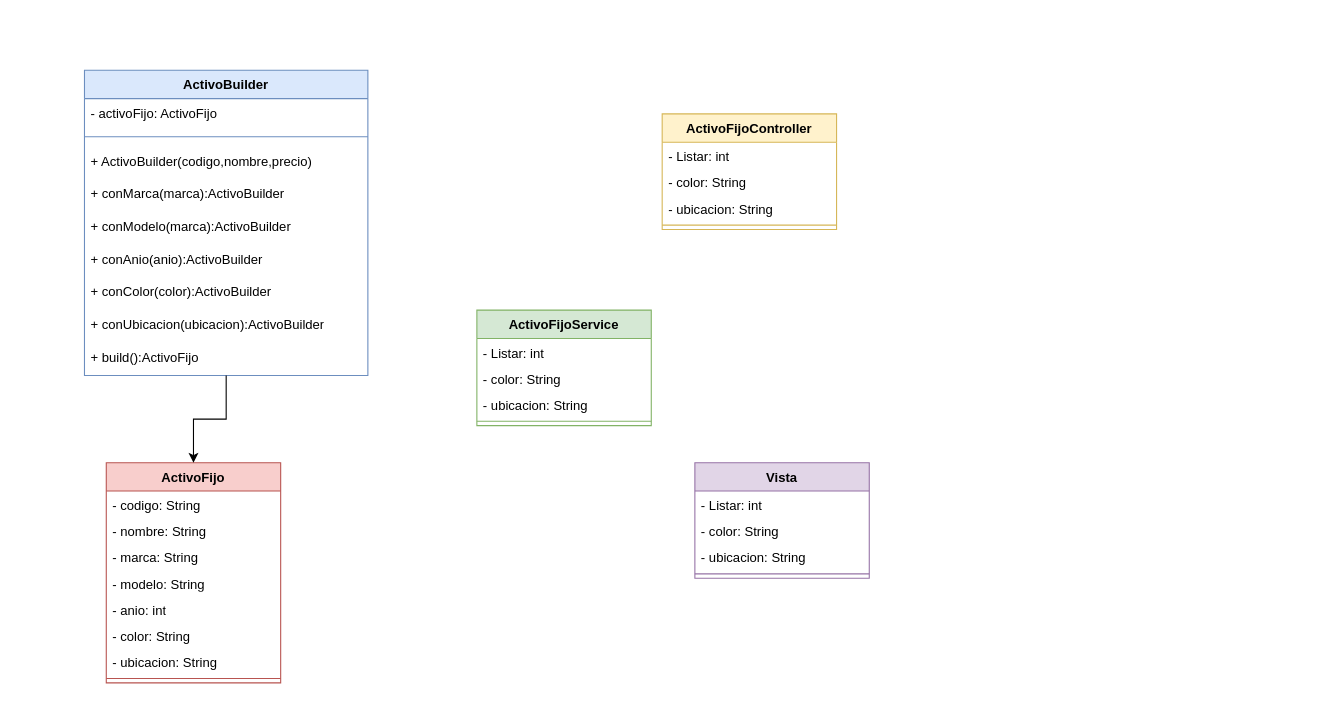
Above: src/main/resources/builder.drawio in yanditv/activo_fijo (draw.io), before the change. Source tidied: cells renumbered, new cells numbered last; positions are measured from the earlier drawing's top-left corner, leaving out a move shared by most shapes. Both pictures are drawn from the tidied source at 109%, with x=0, y=0 at pixel (84, 70).
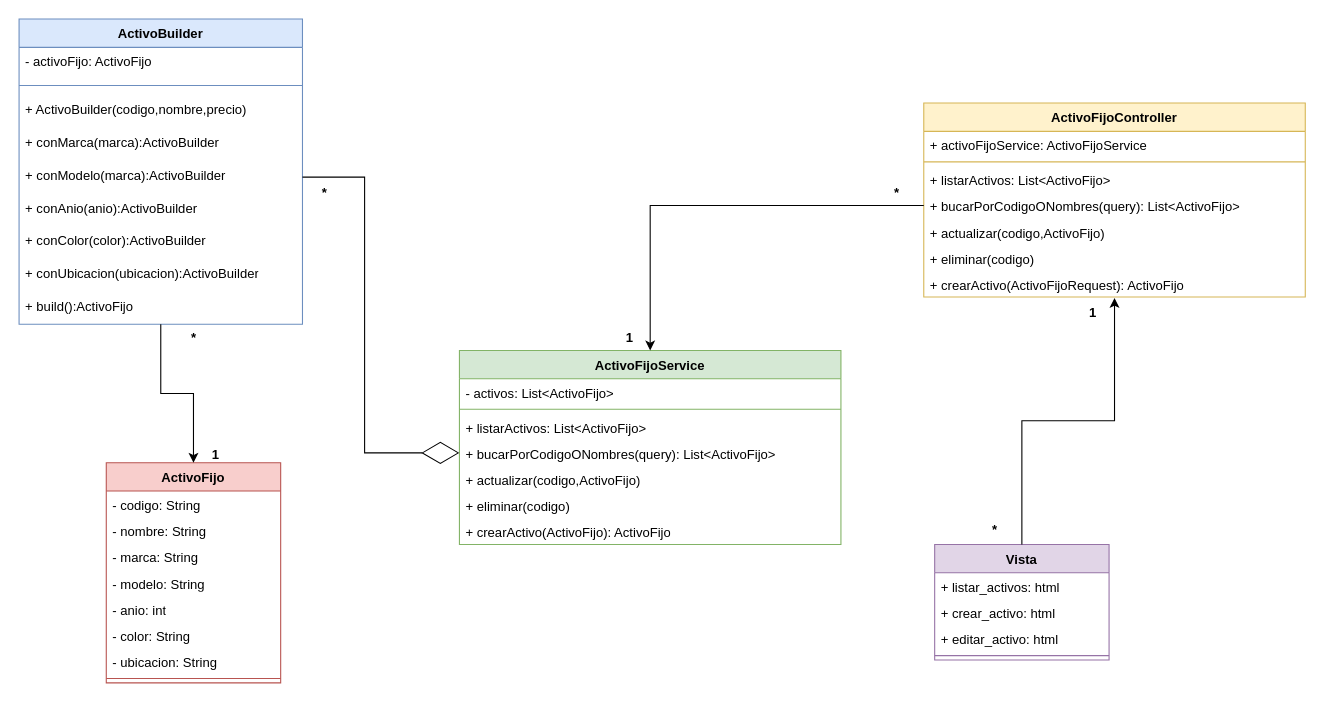
After the change.

The change refers to these unchanged cells:
```xml
<mxCell id="16" value="+ conModelo(marca):ActivoBuilder" style="text;strokeColor=none;fillColor=none;align=left;verticalAlign=top;spacingLeft=4;spacingRight=4;overflow=hidden;points=[[0,0.5],[1,0.5]];portConstraint=eastwest;whiteSpace=wrap;html=1;" parent="11" vertex="1">
  <mxGeometry y="130" width="260" height="30" as="geometry" />
</mxCell>
```

Diff of the diagram source:
```diff
@@
     <mxCell id="11" value="ActivoBuilder" style="swimlane;fontStyle=1;align=center;verticalAlign=top;horizontal=1;startSize=26;whiteSpace=wrap;html=1;fillColor=#dae8fc;strokeColor=#6c8ebf;" parent="1" vertex="1">
-      <mxGeometry width="260" height="280" as="geometry" />
+      <mxGeometry x="-60" y="-47" width="260" height="280" as="geometry" />
     </mxCell>
@@
-    <mxCell id="22" value="ActivoFijoController" style="swimlane;fontStyle=1;align=center;verticalAlign=top;horizontal=1;startSize=26;whiteSpace=wrap;html=1;fillColor=#fff2cc;strokeColor=#d6b656;" parent="1" vertex="1">
-      <mxGeometry x="530" y="40" width="160" height="106" as="geometry" />
-    </mxCell>
-    <mxCell id="23" value="- Listar: int" style="text;strokeColor=none;fillColor=none;align=left;verticalAlign=top;spacingLeft=4;spacingRight=4;overflow=hidden;whiteSpace=wrap;html=1;" parent="22" vertex="1">
-      <mxGeometry y="26" width="160" height="24" as="geometry" />
-    </mxCell>
-    <mxCell id="24" value="- color: String" style="text;strokeColor=none;fillColor=none;align=left;verticalAlign=top;spacingLeft=4;spacingRight=4;overflow=hidden;whiteSpace=wrap;html=1;" parent="22" vertex="1">
-      <mxGeometry y="50" width="160" height="24" as="geometry" />
-    </mxCell>
-    <mxCell id="25" value="- ubicacion: String" style="text;strokeColor=none;fillColor=none;align=left;verticalAlign=top;spacingLeft=4;spacingRight=4;overflow=hidden;whiteSpace=wrap;html=1;" parent="22" vertex="1">
-      <mxGeometry y="74" width="160" height="24" as="geometry" />
-    </mxCell>
-    <mxCell id="26" style="line;strokeWidth=1;fillColor=none;align=left;verticalAlign=middle;spacingTop=-1;spacingLeft=3;spacingRight=3;labelPosition=right;strokeColor=inherit;" parent="22" vertex="1">
-      <mxGeometry y="98" width="160" height="8" as="geometry" />
-    </mxCell>
     <mxCell id="27" value="Vista" style="swimlane;fontStyle=1;align=center;verticalAlign=top;horizontal=1;startSize=26;whiteSpace=wrap;html=1;fillColor=#e1d5e7;strokeColor=#9673a6;" parent="1" vertex="1">
-      <mxGeometry x="560" y="360" width="160" height="106" as="geometry" />
+      <mxGeometry x="780" y="435" width="160" height="106" as="geometry" />
     </mxCell>
-    <mxCell id="28" value="- Listar: int" style="text;strokeColor=none;fillColor=none;align=left;verticalAlign=top;spacingLeft=4;spacingRight=4;overflow=hidden;whiteSpace=wrap;html=1;" parent="27" vertex="1">
+    <mxCell id="28" value="+ listar_activos: html" style="text;strokeColor=none;fillColor=none;align=left;verticalAlign=top;spacingLeft=4;spacingRight=4;overflow=hidden;whiteSpace=wrap;html=1;" parent="27" vertex="1">
       <mxGeometry y="26" width="160" height="24" as="geometry" />
     </mxCell>
-    <mxCell id="29" value="- color: String" style="text;strokeColor=none;fillColor=none;align=left;verticalAlign=top;spacingLeft=4;spacingRight=4;overflow=hidden;whiteSpace=wrap;html=1;" parent="27" vertex="1">
-      <mxGeometry y="50" width="160" height="24" as="geometry" />
-    </mxCell>
-    <mxCell id="30" value="- ubicacion: String" style="text;strokeColor=none;fillColor=none;align=left;verticalAlign=top;spacingLeft=4;spacingRight=4;overflow=hidden;whiteSpace=wrap;html=1;" parent="27" vertex="1">
-      <mxGeometry y="74" width="160" height="24" as="geometry" />
-    </mxCell>
+    <mxCell id="37" value="+ crear_activo: html" style="text;strokeColor=none;fillColor=none;align=left;verticalAlign=top;spacingLeft=4;spacingRight=4;overflow=hidden;whiteSpace=wrap;html=1;" parent="27" vertex="1">
+      <mxGeometry y="50" width="160" height="24" as="geometry" />
+    </mxCell>
+    <mxCell id="38" value="+ editar_activo: html" style="text;strokeColor=none;fillColor=none;align=left;verticalAlign=top;spacingLeft=4;spacingRight=4;overflow=hidden;whiteSpace=wrap;html=1;" parent="27" vertex="1">
+      <mxGeometry y="74" width="160" height="24" as="geometry" />
+    </mxCell>
@@
     <mxCell id="32" value="ActivoFijoService" style="swimlane;fontStyle=1;align=center;verticalAlign=top;horizontal=1;startSize=26;whiteSpace=wrap;html=1;fillColor=#d5e8d4;strokeColor=#82b366;" parent="1" vertex="1">
-      <mxGeometry x="360" y="220" width="160" height="106" as="geometry" />
+      <mxGeometry x="344" y="257" width="350" height="178" as="geometry" />
     </mxCell>
-    <mxCell id="33" value="- Listar: int" style="text;strokeColor=none;fillColor=none;align=left;verticalAlign=top;spacingLeft=4;spacingRight=4;overflow=hidden;whiteSpace=wrap;html=1;" parent="32" vertex="1">
-      <mxGeometry y="26" width="160" height="24" as="geometry" />
+    <mxCell id="33" value="- activos: List&amp;lt;ActivoFijo&amp;gt;" style="text;strokeColor=none;fillColor=none;align=left;verticalAlign=top;spacingLeft=4;spacingRight=4;overflow=hidden;whiteSpace=wrap;html=1;" parent="32" vertex="1">
+      <mxGeometry y="26" width="350" height="24" as="geometry" />
     </mxCell>
-    <mxCell id="34" value="- color: String" style="text;strokeColor=none;fillColor=none;align=left;verticalAlign=top;spacingLeft=4;spacingRight=4;overflow=hidden;whiteSpace=wrap;html=1;" parent="32" vertex="1">
-      <mxGeometry y="50" width="160" height="24" as="geometry" />
-    </mxCell>
-    <mxCell id="35" value="- ubicacion: String" style="text;strokeColor=none;fillColor=none;align=left;verticalAlign=top;spacingLeft=4;spacingRight=4;overflow=hidden;whiteSpace=wrap;html=1;" parent="32" vertex="1">
-      <mxGeometry y="74" width="160" height="24" as="geometry" />
-    </mxCell>
     <mxCell id="36" style="line;strokeWidth=1;fillColor=none;align=left;verticalAlign=middle;spacingTop=-1;spacingLeft=3;spacingRight=3;labelPosition=right;strokeColor=inherit;" parent="32" vertex="1">
-      <mxGeometry y="98" width="160" height="8" as="geometry" />
+      <mxGeometry y="50" width="350" height="8" as="geometry" />
     </mxCell>
+    <mxCell id="39" value="+ listarActivos: List&amp;lt;ActivoFijo&amp;gt;" style="text;strokeColor=none;fillColor=none;align=left;verticalAlign=top;spacingLeft=4;spacingRight=4;overflow=hidden;whiteSpace=wrap;html=1;" parent="32" vertex="1">
+      <mxGeometry y="58" width="350" height="24" as="geometry" />
+    </mxCell>
+    <mxCell id="40" value="+ bucarPorCodigoONombres(query): List&amp;lt;ActivoFijo&amp;gt;" style="text;strokeColor=none;fillColor=none;align=left;verticalAlign=top;spacingLeft=4;spacingRight=4;overflow=hidden;points=[[0,0.5],[1,0.5]];portConstraint=eastwest;whiteSpace=wrap;html=1;" parent="32" vertex="1">
+      <mxGeometry y="82" width="350" height="24" as="geometry" />
+    </mxCell>
+    <mxCell id="41" value="+ actualizar(codigo,ActivoFijo)" style="text;strokeColor=none;fillColor=none;align=left;verticalAlign=top;spacingLeft=4;spacingRight=4;overflow=hidden;whiteSpace=wrap;html=1;" parent="32" vertex="1">
+      <mxGeometry y="106" width="350" height="24" as="geometry" />
+    </mxCell>
+    <mxCell id="42" value="+ eliminar(codigo)" style="text;strokeColor=none;fillColor=none;align=left;verticalAlign=top;spacingLeft=4;spacingRight=4;overflow=hidden;whiteSpace=wrap;html=1;" parent="32" vertex="1">
+      <mxGeometry y="130" width="350" height="24" as="geometry" />
+    </mxCell>
+    <mxCell id="43" value="+ crearActivo(ActivoFijo): ActivoFijo" style="text;strokeColor=none;fillColor=none;align=left;verticalAlign=top;spacingLeft=4;spacingRight=4;overflow=hidden;whiteSpace=wrap;html=1;" parent="32" vertex="1">
+      <mxGeometry y="154" width="350" height="24" as="geometry" />
+    </mxCell>
+    <mxCell id="22" value="ActivoFijoController" style="swimlane;fontStyle=1;align=center;verticalAlign=top;horizontal=1;startSize=26;whiteSpace=wrap;html=1;fillColor=#fff2cc;strokeColor=#d6b656;" parent="1" vertex="1">
+      <mxGeometry x="770" y="30" width="350" height="178" as="geometry" />
+    </mxCell>
+    <mxCell id="44" value="+ activoFijoService: ActivoFijoService" style="text;strokeColor=none;fillColor=none;align=left;verticalAlign=top;spacingLeft=4;spacingRight=4;overflow=hidden;whiteSpace=wrap;html=1;" parent="22" vertex="1">
+      <mxGeometry y="26" width="350" height="24" as="geometry" />
+    </mxCell>
+    <mxCell id="45" style="line;strokeWidth=1;fillColor=none;align=left;verticalAlign=middle;spacingTop=-1;spacingLeft=3;spacingRight=3;labelPosition=right;strokeColor=inherit;" parent="22" vertex="1">
+      <mxGeometry y="50" width="350" height="8" as="geometry" />
+    </mxCell>
+    <mxCell id="46" value="+ listarActivos: List&amp;lt;ActivoFijo&amp;gt;" style="text;strokeColor=none;fillColor=none;align=left;verticalAlign=top;spacingLeft=4;spacingRight=4;overflow=hidden;whiteSpace=wrap;html=1;" parent="22" vertex="1">
+      <mxGeometry y="58" width="350" height="24" as="geometry" />
+    </mxCell>
+    <mxCell id="47" value="+ bucarPorCodigoONombres(query): List&amp;lt;ActivoFijo&amp;gt;" style="text;strokeColor=none;fillColor=none;align=left;verticalAlign=top;spacingLeft=4;spacingRight=4;overflow=hidden;points=[[0,0.5],[1,0.5]];portConstraint=eastwest;whiteSpace=wrap;html=1;" parent="22" vertex="1">
+      <mxGeometry y="82" width="350" height="24" as="geometry" />
+    </mxCell>
+    <mxCell id="48" value="+ actualizar(codigo,ActivoFijo)" style="text;strokeColor=none;fillColor=none;align=left;verticalAlign=top;spacingLeft=4;spacingRight=4;overflow=hidden;whiteSpace=wrap;html=1;" parent="22" vertex="1">
+      <mxGeometry y="106" width="350" height="24" as="geometry" />
+    </mxCell>
+    <mxCell id="49" value="+ eliminar(codigo)" style="text;strokeColor=none;fillColor=none;align=left;verticalAlign=top;spacingLeft=4;spacingRight=4;overflow=hidden;whiteSpace=wrap;html=1;" parent="22" vertex="1">
+      <mxGeometry y="130" width="350" height="24" as="geometry" />
+    </mxCell>
+    <mxCell id="50" value="+ crearActivo(ActivoFijoRequest): ActivoFijo" style="text;strokeColor=none;fillColor=none;align=left;verticalAlign=top;spacingLeft=4;spacingRight=4;overflow=hidden;points=[[0,0.5],[1,0.5]];portConstraint=eastwest;whiteSpace=wrap;html=1;" parent="22" vertex="1">
+      <mxGeometry y="154" width="350" height="24" as="geometry" />
+    </mxCell>
+    <mxCell id="51" style="edgeStyle=orthogonalEdgeStyle;rounded=0;jettySize=auto;html=1;exitX=1;exitY=0.5;exitDx=0;exitDy=0;entryX=0;entryY=0.5;entryDx=0;entryDy=0;endArrow=diamondThin;endFill=0;strokeWidth=1;endSize=32;" parent="1" edge="1" source="16" target="40">
+      <mxGeometry relative="1" as="geometry" />
+    </mxCell>
+    <mxCell id="52" value="*" style="text;align=center;fontStyle=1;verticalAlign=middle;spacingLeft=3;spacingRight=3;strokeColor=none;html=1;" parent="1" vertex="1">
+      <mxGeometry x="60" y="233" width="80" height="26" as="geometry" />
+    </mxCell>
+    <mxCell id="53" value="1" style="text;align=center;fontStyle=1;verticalAlign=middle;spacingLeft=3;spacingRight=3;strokeColor=none;html=1;" parent="1" vertex="1">
+      <mxGeometry x="80" y="340" width="80" height="26" as="geometry" />
+    </mxCell>
+    <mxCell id="54" value="*" style="text;align=center;fontStyle=1;verticalAlign=middle;spacingLeft=3;spacingRight=3;strokeColor=none;html=1;" parent="1" vertex="1">
+      <mxGeometry x="180" y="100" width="80" height="26" as="geometry" />
+    </mxCell>
+    <mxCell id="55" style="edgeStyle=orthogonalEdgeStyle;rounded=0;jettySize=auto;html=1;exitX=0;exitY=0.5;exitDx=0;exitDy=0;entryX=0.5;entryY=0;entryDx=0;entryDy=0;" parent="1" edge="1" source="47" target="32">
+      <mxGeometry relative="1" as="geometry" />
+    </mxCell>
+    <mxCell id="56" style="edgeStyle=orthogonalEdgeStyle;rounded=0;jettySize=auto;html=1;exitX=0.5;exitY=0;exitDx=0;exitDy=0;entryX=0.5;entryY=1.039;entryDx=0;entryDy=0;entryPerimeter=0;" parent="1" edge="1" source="27" target="50">
+      <mxGeometry relative="1" as="geometry" />
+    </mxCell>
+    <mxCell id="57" value="*" style="text;align=center;fontStyle=1;verticalAlign=middle;spacingLeft=3;spacingRight=3;strokeColor=none;html=1;" parent="1" vertex="1">
+      <mxGeometry x="820" y="409" width="30" height="26" as="geometry" />
+    </mxCell>
+    <mxCell id="58" value="*" style="text;align=center;fontStyle=1;verticalAlign=middle;spacingLeft=3;spacingRight=3;strokeColor=none;html=1;" parent="1" vertex="1">
+      <mxGeometry x="720" y="100" width="50" height="26" as="geometry" />
+    </mxCell>
+    <mxCell id="59" value="1" style="text;align=center;fontStyle=1;verticalAlign=middle;spacingLeft=3;spacingRight=3;strokeColor=none;html=1;" parent="1" vertex="1">
+      <mxGeometry x="460" y="233" width="80" height="26" as="geometry" />
+    </mxCell>
+    <mxCell id="60" value="1" style="text;align=center;fontStyle=1;verticalAlign=middle;spacingLeft=3;spacingRight=3;strokeColor=none;html=1;" parent="1" vertex="1">
+      <mxGeometry x="910" y="210" width="30" height="26" as="geometry" />
+    </mxCell>
```
